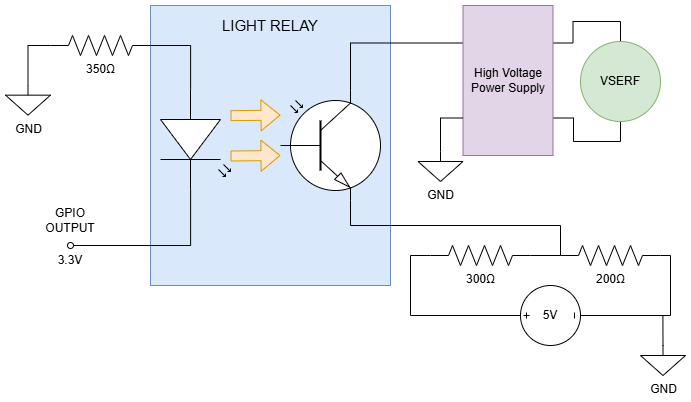
The draw.io diagram figures/VSERF_Circuit.png in Zilin-Chen-22/Nano-AdheDrone-thesis, before a commit. Source tidied: cells renumbered, new cells last; positions are measured from the earlier drawing's top-left corner, leaving out a move shared by most shapes. The source it was exported from:
```xml
<mxGraphModel>
  <root>
    <mxCell id="0" />
    <mxCell id="1" parent="0" />
    <mxCell id="2" style="group;" parent="1" vertex="1">
      <mxGeometry x="145" width="240" height="280" as="geometry" />
    </mxCell>
    <mxCell id="3" style="rounded=0;whiteSpace=wrap;html=1;fillColor=#dae8fc;strokeColor=#6c8ebf;" parent="2" vertex="1">
      <mxGeometry width="240" height="280" as="geometry" />
    </mxCell>
    <mxCell id="4" value="LIGHT RELAY" style="text;html=1;whiteSpace=wrap;strokeColor=none;fillColor=none;align=center;verticalAlign=middle;rounded=0;fontSize=15;" parent="2" vertex="1">
      <mxGeometry x="65" y="10" width="110" height="20" as="geometry" />
    </mxCell>
    <mxCell id="5" style="verticalLabelPosition=bottom;shadow=0;dashed=0;align=center;html=1;verticalAlign=top;shape=mxgraph.electrical.opto_electronics.opto-transistor;" parent="2" vertex="1">
      <mxGeometry x="130" y="85" width="100" height="110" as="geometry" />
    </mxCell>
    <mxCell id="6" style="edgeStyle=orthogonalEdgeStyle;rounded=0;jettySize=auto;html=1;exitX=1;exitY=0.57;exitDx=0;exitDy=0;exitPerimeter=0;endArrow=oval;endFill=0;" parent="1" edge="1" source="7">
      <mxGeometry relative="1" as="geometry">
        <mxPoint x="65" y="240" as="targetPoint" />
        <Array as="points">
          <mxPoint x="185" y="240" />
        </Array>
      </mxGeometry>
    </mxCell>
    <mxCell id="7" style="verticalLabelPosition=bottom;shadow=0;dashed=0;align=center;html=1;verticalAlign=top;shape=mxgraph.electrical.opto_electronics.led_2;direction=south;" parent="1" vertex="1">
      <mxGeometry x="155" y="84" width="70" height="100" as="geometry" />
    </mxCell>
    <mxCell id="8" style="edgeStyle=orthogonalEdgeStyle;rounded=0;jettySize=auto;html=1;exitX=0.7;exitY=0;exitDx=0;exitDy=0;exitPerimeter=0;entryX=0;entryY=0.25;entryDx=0;entryDy=0;endArrow=none;endFill=0;" parent="1" edge="1" source="5" target="13">
      <mxGeometry relative="1" as="geometry" />
    </mxCell>
    <mxCell id="9" style="edgeStyle=orthogonalEdgeStyle;rounded=0;jettySize=auto;html=1;exitX=0.7;exitY=1;exitDx=0;exitDy=0;exitPerimeter=0;endArrow=none;endFill=0;entryX=0;entryY=0.5;entryDx=0;entryDy=0;entryPerimeter=0;" parent="1" edge="1" source="5" target="18">
      <mxGeometry relative="1" as="geometry">
        <Array as="points">
          <mxPoint x="345" y="220" />
          <mxPoint x="555" y="220" />
        </Array>
      </mxGeometry>
    </mxCell>
    <mxCell id="10" value="GND" style="verticalLabelPosition=bottom;shadow=0;dashed=0;align=center;html=1;verticalAlign=top;shape=mxgraph.electrical.signal_sources.signal_ground;" parent="1" vertex="1">
      <mxGeometry y="79.7" width="45" height="30" as="geometry" />
    </mxCell>
    <mxCell id="11" style="edgeStyle=orthogonalEdgeStyle;rounded=0;jettySize=auto;html=1;exitX=1;exitY=0.25;exitDx=0;exitDy=0;entryX=0.5;entryY=0;entryDx=0;entryDy=0;endArrow=none;endFill=0;" parent="1" edge="1" source="13" target="16">
      <mxGeometry relative="1" as="geometry" />
    </mxCell>
    <mxCell id="12" style="edgeStyle=orthogonalEdgeStyle;rounded=0;jettySize=auto;html=1;exitX=1;exitY=0.75;exitDx=0;exitDy=0;entryX=0.5;entryY=1;entryDx=0;entryDy=0;endArrow=none;endFill=0;" parent="1" edge="1" source="13" target="16">
      <mxGeometry relative="1" as="geometry">
        <Array as="points">
          <mxPoint x="568" y="113" />
          <mxPoint x="568" y="136" />
          <mxPoint x="615" y="136" />
        </Array>
      </mxGeometry>
    </mxCell>
    <mxCell id="13" value="High Voltage Power Supply" style="rounded=0;whiteSpace=wrap;html=1;fillColor=#e1d5e7;strokeColor=#9673a6;" parent="1" vertex="1">
      <mxGeometry x="457.5" width="90" height="150" as="geometry" />
    </mxCell>
    <mxCell id="14" style="edgeStyle=orthogonalEdgeStyle;rounded=0;jettySize=auto;html=1;exitX=0.5;exitY=0;exitDx=0;exitDy=0;exitPerimeter=0;entryX=0;entryY=0.75;entryDx=0;entryDy=0;endArrow=none;endFill=0;" parent="1" edge="1" source="15" target="13">
      <mxGeometry relative="1" as="geometry" />
    </mxCell>
    <mxCell id="15" value="GND" style="verticalLabelPosition=bottom;shadow=0;dashed=0;align=center;html=1;verticalAlign=top;shape=mxgraph.electrical.signal_sources.signal_ground;" parent="1" vertex="1">
      <mxGeometry x="412.5" y="146" width="45" height="30" as="geometry" />
    </mxCell>
    <mxCell id="16" value="VSERF" style="ellipse;whiteSpace=wrap;html=1;fillColor=#d5e8d4;strokeColor=#82b366;" parent="1" vertex="1">
      <mxGeometry x="575" y="36" width="80" height="80" as="geometry" />
    </mxCell>
    <mxCell id="17" value="300Ω" style="verticalLabelPosition=bottom;shadow=0;dashed=0;align=center;html=1;verticalAlign=top;shape=mxgraph.electrical.resistors.resistor_2;" parent="1" vertex="1">
      <mxGeometry x="425" y="240" width="100" height="20" as="geometry" />
    </mxCell>
    <mxCell id="18" value="200Ω" style="verticalLabelPosition=bottom;shadow=0;dashed=0;align=center;html=1;verticalAlign=top;shape=mxgraph.electrical.resistors.resistor_2;" parent="1" vertex="1">
      <mxGeometry x="555" y="240" width="100" height="20" as="geometry" />
    </mxCell>
    <mxCell id="19" style="edgeStyle=orthogonalEdgeStyle;rounded=0;jettySize=auto;html=1;exitX=1;exitY=0.5;exitDx=0;exitDy=0;exitPerimeter=0;entryX=0;entryY=0.5;entryDx=0;entryDy=0;entryPerimeter=0;endArrow=none;endFill=0;" parent="1" edge="1" source="17" target="18">
      <mxGeometry relative="1" as="geometry" />
    </mxCell>
    <mxCell id="20" style="edgeStyle=orthogonalEdgeStyle;rounded=0;jettySize=auto;html=1;exitX=0;exitY=0.5;exitDx=0;exitDy=0;exitPerimeter=0;entryX=0.5;entryY=0;entryDx=0;entryDy=0;entryPerimeter=0;endArrow=none;endFill=0;" parent="1" edge="1" source="17" target="25">
      <mxGeometry relative="1" as="geometry" />
    </mxCell>
    <mxCell id="21" style="edgeStyle=orthogonalEdgeStyle;rounded=0;jettySize=auto;html=1;exitX=1;exitY=0.5;exitDx=0;exitDy=0;exitPerimeter=0;entryX=0.5;entryY=1;entryDx=0;entryDy=0;entryPerimeter=0;endArrow=none;endFill=0;" parent="1" edge="1" source="18" target="25">
      <mxGeometry relative="1" as="geometry">
        <Array as="points">
          <mxPoint x="665" y="250" />
          <mxPoint x="665" y="310" />
        </Array>
      </mxGeometry>
    </mxCell>
    <mxCell id="22" style="edgeStyle=orthogonalEdgeStyle;rounded=0;jettySize=auto;html=1;exitX=0.5;exitY=0;exitDx=0;exitDy=0;exitPerimeter=0;endArrow=none;endFill=0;" parent="1" edge="1" source="23">
      <mxGeometry relative="1" as="geometry">
        <mxPoint x="657.4" y="310" as="targetPoint" />
      </mxGeometry>
    </mxCell>
    <mxCell id="23" value="GND" style="verticalLabelPosition=bottom;shadow=0;dashed=0;align=center;html=1;verticalAlign=top;shape=mxgraph.electrical.signal_sources.signal_ground;" parent="1" vertex="1">
      <mxGeometry x="635" y="340" width="45" height="30" as="geometry" />
    </mxCell>
    <mxCell id="24" style="group;" parent="1" vertex="1">
      <mxGeometry x="515" y="280" width="60" height="60" as="geometry" />
    </mxCell>
    <mxCell id="25" style="verticalLabelPosition=bottom;shadow=0;dashed=0;align=center;html=1;verticalAlign=top;shape=mxgraph.electrical.signal_sources.source;points=[[0.5,0,0],[1,0.5,0],[0.5,1,0],[0,0.5,0]];elSignalType=dc3;direction=north;" parent="24" vertex="1">
      <mxGeometry width="60" height="60" as="geometry" />
    </mxCell>
    <mxCell id="26" value="5V" style="text;html=1;whiteSpace=wrap;strokeColor=none;fillColor=none;align=center;verticalAlign=middle;rounded=0;" parent="24" vertex="1">
      <mxGeometry y="15" width="60" height="30" as="geometry" />
    </mxCell>
    <mxCell id="27" style="group;" parent="1" vertex="1">
      <mxGeometry x="225" y="109.7" width="50" height="40.8" as="geometry" />
    </mxCell>
    <mxCell id="28" style="shape=flexArrow;endArrow=classic;html=1;rounded=0;fillColor=#ffe6cc;strokeColor=#d79b00;" parent="27" edge="1">
      <mxGeometry relative="1" as="geometry">
        <mxPoint y="0.5" as="sourcePoint" />
        <mxPoint x="50" as="targetPoint" />
      </mxGeometry>
    </mxCell>
    <mxCell id="29" style="shape=flexArrow;endArrow=classic;html=1;rounded=0;fillColor=#ffe6cc;strokeColor=#d79b00;" parent="27" edge="1">
      <mxGeometry relative="1" as="geometry">
        <mxPoint y="40.8" as="sourcePoint" />
        <mxPoint x="50" y="40.3" as="targetPoint" />
      </mxGeometry>
    </mxCell>
    <mxCell id="30" value="350Ω" style="verticalLabelPosition=bottom;shadow=0;dashed=0;align=center;html=1;verticalAlign=top;shape=mxgraph.electrical.resistors.resistor_2;" parent="1" vertex="1">
      <mxGeometry x="45" y="30" width="100" height="20" as="geometry" />
    </mxCell>
    <mxCell id="31" style="edgeStyle=orthogonalEdgeStyle;rounded=0;jettySize=auto;html=1;exitX=0;exitY=0.57;exitDx=0;exitDy=0;exitPerimeter=0;entryX=1;entryY=0.5;entryDx=0;entryDy=0;entryPerimeter=0;endArrow=none;endFill=0;" parent="1" edge="1" source="7" target="30">
      <mxGeometry relative="1" as="geometry" />
    </mxCell>
    <mxCell id="32" style="edgeStyle=orthogonalEdgeStyle;rounded=0;jettySize=auto;html=1;exitX=0;exitY=0.5;exitDx=0;exitDy=0;exitPerimeter=0;entryX=0.5;entryY=0;entryDx=0;entryDy=0;entryPerimeter=0;endArrow=none;endFill=0;" parent="1" edge="1" source="30" target="10">
      <mxGeometry relative="1" as="geometry" />
    </mxCell>
    <mxCell id="33" value="GPIO OUTPUT" style="text;html=1;whiteSpace=wrap;strokeColor=none;fillColor=none;align=center;verticalAlign=middle;rounded=0;" parent="1" vertex="1">
      <mxGeometry x="35" y="200" width="60" height="30" as="geometry" />
    </mxCell>
    <mxCell id="34" value="3.3V" style="text;html=1;whiteSpace=wrap;strokeColor=none;fillColor=none;align=center;verticalAlign=middle;rounded=0;" parent="1" vertex="1">
      <mxGeometry x="35" y="240" width="60" height="30" as="geometry" />
    </mxCell>
  </root>
</mxGraphModel>
```
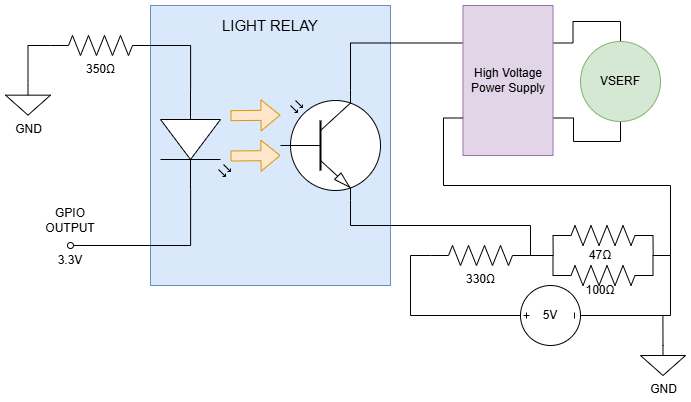
After the change.

The edit, as a diff of the source:
```diff
@@ -28,11 +28,11 @@
     <mxCell id="8" style="edgeStyle=orthogonalEdgeStyle;rounded=0;jettySize=auto;html=1;exitX=0.7;exitY=0;exitDx=0;exitDy=0;exitPerimeter=0;entryX=0;entryY=0.25;entryDx=0;entryDy=0;endArrow=none;endFill=0;" parent="1" edge="1" source="5" target="13">
       <mxGeometry relative="1" as="geometry" />
     </mxCell>
-    <mxCell id="9" style="edgeStyle=orthogonalEdgeStyle;rounded=0;jettySize=auto;html=1;exitX=0.7;exitY=1;exitDx=0;exitDy=0;exitPerimeter=0;endArrow=none;endFill=0;entryX=0;entryY=0.5;entryDx=0;entryDy=0;entryPerimeter=0;" parent="1" edge="1" source="5" target="18">
+    <mxCell id="9" style="edgeStyle=orthogonalEdgeStyle;rounded=0;jettySize=auto;html=1;exitX=0.7;exitY=1;exitDx=0;exitDy=0;exitPerimeter=0;endArrow=none;endFill=0;entryX=1;entryY=0.5;entryDx=0;entryDy=0;entryPerimeter=0;" parent="1" edge="1" source="5" target="17">
       <mxGeometry relative="1" as="geometry">
         <Array as="points">
           <mxPoint x="345" y="220" />
-          <mxPoint x="555" y="220" />
+          <mxPoint x="525" y="220" />
         </Array>
       </mxGeometry>
     </mxCell>
@@ -54,20 +54,24 @@
     <mxCell id="13" value="High Voltage Power Supply" style="rounded=0;whiteSpace=wrap;html=1;fillColor=#e1d5e7;strokeColor=#9673a6;" parent="1" vertex="1">
       <mxGeometry x="457.5" width="90" height="150" as="geometry" />
     </mxCell>
-    <mxCell id="14" style="edgeStyle=orthogonalEdgeStyle;rounded=0;jettySize=auto;html=1;exitX=0.5;exitY=0;exitDx=0;exitDy=0;exitPerimeter=0;entryX=0;entryY=0.75;entryDx=0;entryDy=0;endArrow=none;endFill=0;" parent="1" edge="1" source="15" target="13">
-      <mxGeometry relative="1" as="geometry" />
+    <mxCell id="14" style="edgeStyle=orthogonalEdgeStyle;rounded=0;jettySize=auto;html=1;entryX=0;entryY=0.75;entryDx=0;entryDy=0;endArrow=none;endFill=0;" parent="1" edge="1" target="13">
+      <mxGeometry relative="1" as="geometry">
+        <mxPoint x="665" y="250" as="sourcePoint" />
+        <Array as="points">
+          <mxPoint x="665" y="180" />
+          <mxPoint x="438" y="180" />
+          <mxPoint x="438" y="113" />
+        </Array>
+      </mxGeometry>
     </mxCell>
-    <mxCell id="15" value="GND" style="verticalLabelPosition=bottom;shadow=0;dashed=0;align=center;html=1;verticalAlign=top;shape=mxgraph.electrical.signal_sources.signal_ground;" parent="1" vertex="1">
-      <mxGeometry x="412.5" y="146" width="45" height="30" as="geometry" />
-    </mxCell>
     <mxCell id="16" value="VSERF" style="ellipse;whiteSpace=wrap;html=1;fillColor=#d5e8d4;strokeColor=#82b366;" parent="1" vertex="1">
       <mxGeometry x="575" y="36" width="80" height="80" as="geometry" />
     </mxCell>
-    <mxCell id="17" value="300Ω" style="verticalLabelPosition=bottom;shadow=0;dashed=0;align=center;html=1;verticalAlign=top;shape=mxgraph.electrical.resistors.resistor_2;" parent="1" vertex="1">
+    <mxCell id="17" value="330Ω" style="verticalLabelPosition=bottom;shadow=0;dashed=0;align=center;html=1;verticalAlign=top;shape=mxgraph.electrical.resistors.resistor_2;" parent="1" vertex="1">
       <mxGeometry x="425" y="240" width="100" height="20" as="geometry" />
     </mxCell>
-    <mxCell id="18" value="200Ω" style="verticalLabelPosition=bottom;shadow=0;dashed=0;align=center;html=1;verticalAlign=top;shape=mxgraph.electrical.resistors.resistor_2;" parent="1" vertex="1">
-      <mxGeometry x="555" y="240" width="100" height="20" as="geometry" />
+    <mxCell id="18" style="verticalLabelPosition=bottom;shadow=0;dashed=0;align=center;html=1;verticalAlign=top;shape=mxgraph.electrical.resistors.resistor_2;" parent="1" vertex="1">
+      <mxGeometry x="547.5" y="260" width="100" height="20" as="geometry" />
     </mxCell>
     <mxCell id="19" style="edgeStyle=orthogonalEdgeStyle;rounded=0;jettySize=auto;html=1;exitX=1;exitY=0.5;exitDx=0;exitDy=0;exitPerimeter=0;entryX=0;entryY=0.5;entryDx=0;entryDy=0;entryPerimeter=0;endArrow=none;endFill=0;" parent="1" edge="1" source="17" target="18">
       <mxGeometry relative="1" as="geometry" />
@@ -130,5 +134,24 @@
     <mxCell id="34" value="3.3V" style="text;html=1;whiteSpace=wrap;strokeColor=none;fillColor=none;align=center;verticalAlign=middle;rounded=0;" parent="1" vertex="1">
       <mxGeometry x="35" y="240" width="60" height="30" as="geometry" />
     </mxCell>
+    <mxCell id="35" style="edgeStyle=orthogonalEdgeStyle;rounded=0;jettySize=auto;html=1;exitX=0;exitY=0.5;exitDx=0;exitDy=0;exitPerimeter=0;endArrow=none;endFill=0;" parent="1" edge="1" source="37">
+      <mxGeometry relative="1" as="geometry">
+        <mxPoint x="547.7" y="250" as="targetPoint" />
+      </mxGeometry>
+    </mxCell>
+    <mxCell id="36" style="edgeStyle=orthogonalEdgeStyle;rounded=0;jettySize=auto;html=1;exitX=1;exitY=0.5;exitDx=0;exitDy=0;exitPerimeter=0;endArrow=none;endFill=0;" parent="1" edge="1" source="37">
+      <mxGeometry relative="1" as="geometry">
+        <mxPoint x="647.7" y="250" as="targetPoint" />
+      </mxGeometry>
+    </mxCell>
+    <mxCell id="37" style="verticalLabelPosition=bottom;shadow=0;dashed=0;align=center;html=1;verticalAlign=top;shape=mxgraph.electrical.resistors.resistor_2;" parent="1" vertex="1">
+      <mxGeometry x="547.5" y="220" width="100" height="20" as="geometry" />
+    </mxCell>
+    <mxCell id="38" value="47Ω" style="text;html=1;whiteSpace=wrap;strokeColor=none;fillColor=none;align=center;verticalAlign=middle;rounded=0;" parent="1" vertex="1">
+      <mxGeometry x="565" y="235" width="60" height="30" as="geometry" />
+    </mxCell>
+    <mxCell id="39" value="100Ω" style="text;html=1;whiteSpace=wrap;strokeColor=none;fillColor=none;align=center;verticalAlign=middle;rounded=0;" parent="1" vertex="1">
+      <mxGeometry x="565" y="270" width="60" height="30" as="geometry" />
+    </mxCell>
   </root>
 </mxGraphModel>
```
